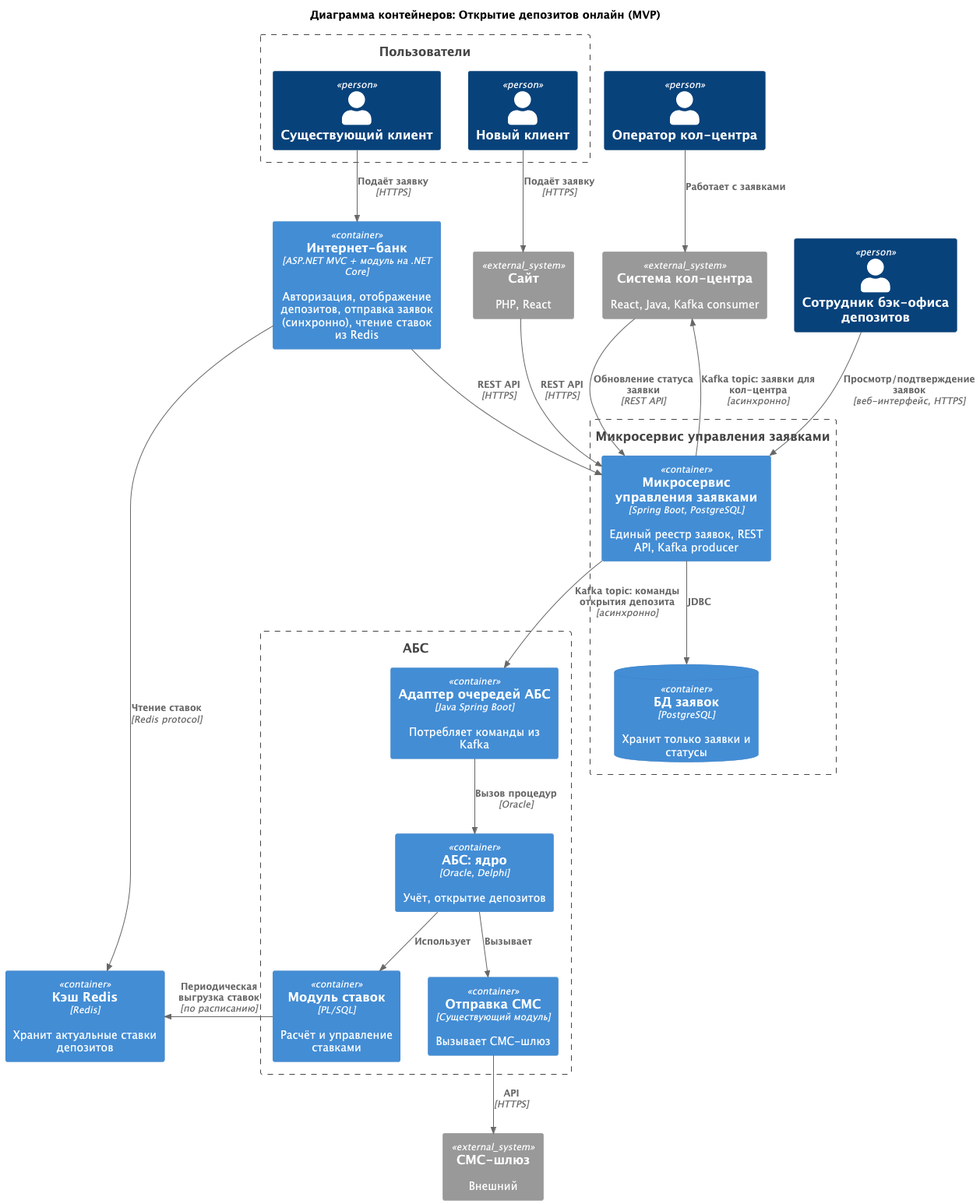
Before: Task3/c4/container_diagram_MVP.png, a diagram exported from PlantUML (afakhrieva/architecture-pro-standart). Source of this version:
```plantuml
@startuml
title Диаграмма контейнеров: Открытие депозитов онлайн (MVP)

top to bottom direction

!include <C4/C4_Context>
!include <C4/C4_Container>

Boundary(clients, "Пользователи") {
    Person(new_client, "Новый клиент")
    Person(existing_client, "Существующий клиент")
}
Person(call_operator, "Оператор кол-центра")
Person(dep_back, "Сотрудник бэк-офиса депозитов")

System_Ext(site, "Сайт", "PHP, React")
System_Ext(cc, "Система кол-центра", "React, Java, Kafka consumer")
System_Ext(sms_gateway, "СМС-шлюз", "Внешний")

Container(ib, "Интернет-банк", "ASP.NET MVC + модуль на .NET Core", "Авторизация, отображение депозитов, отправка заявок (синхронно), чтение ставок из Redis")
Container(redis, "Кэш Redis", "Redis", "Хранит актуальные ставки депозитов")

Boundary(claim_service, "Микросервис управления заявками"){
    Container(claim_ms, "Микросервис управления заявками", "Spring Boot, PostgreSQL", "Единый реестр заявок, REST API, Kafka producer")
    ContainerDb(claim_db, "БД заявок", "PostgreSQL", "Хранит только заявки и статусы")
}

Boundary(abs, "АБС") {
    Container(abs_core, "АБС: ядро", "Oracle, Delphi", "Учёт, открытие депозитов")
    Container(abs_adapter, "Адаптер очередей АБС", "Java Spring Boot", "Потребляет команды из Kafka")
    Container(abs_rates, "Модуль ставок", "PL/SQL", "Расчёт и управление ставками")
    Container(abs_sms, "Отправка СМС", "Существующий модуль", "Вызывает СМС-шлюз")
}

Rel(new_client, site, "Подаёт заявку", "HTTPS")
Rel(existing_client, ib, "Подаёт заявку", "HTTPS")
Rel(site, claim_ms, "REST API", "HTTPS")
Rel(ib, claim_ms, "REST API", "HTTPS")
Rel(ib, redis, "Чтение ставок", "Redis protocol")
Rel(claim_ms, claim_db, "JDBC")
Rel(claim_ms, cc, "Kafka topic: заявки для кол-центра", "асинхронно")
Rel(call_operator, cc, "Работает с заявками")
Rel(cc, claim_ms, "Обновление статуса заявки", "REST API")
Rel(dep_back, claim_ms, "Просмотр/подтверждение заявок", "веб-интерфейс, HTTPS")
Rel(claim_ms, abs_adapter, "Kafka topic: команды открытия депозита", "асинхронно")
Rel(abs_adapter, abs_core, "Вызов процедур", "Oracle")
Rel(abs_core, abs_rates, "Использует")
Rel_R(abs_rates, redis, "Периодическая выгрузка ставок", "по расписанию")
Rel(abs_core, abs_sms, "Вызывает")
Rel(abs_sms, sms_gateway, "API", "HTTPS")


@enduml
```
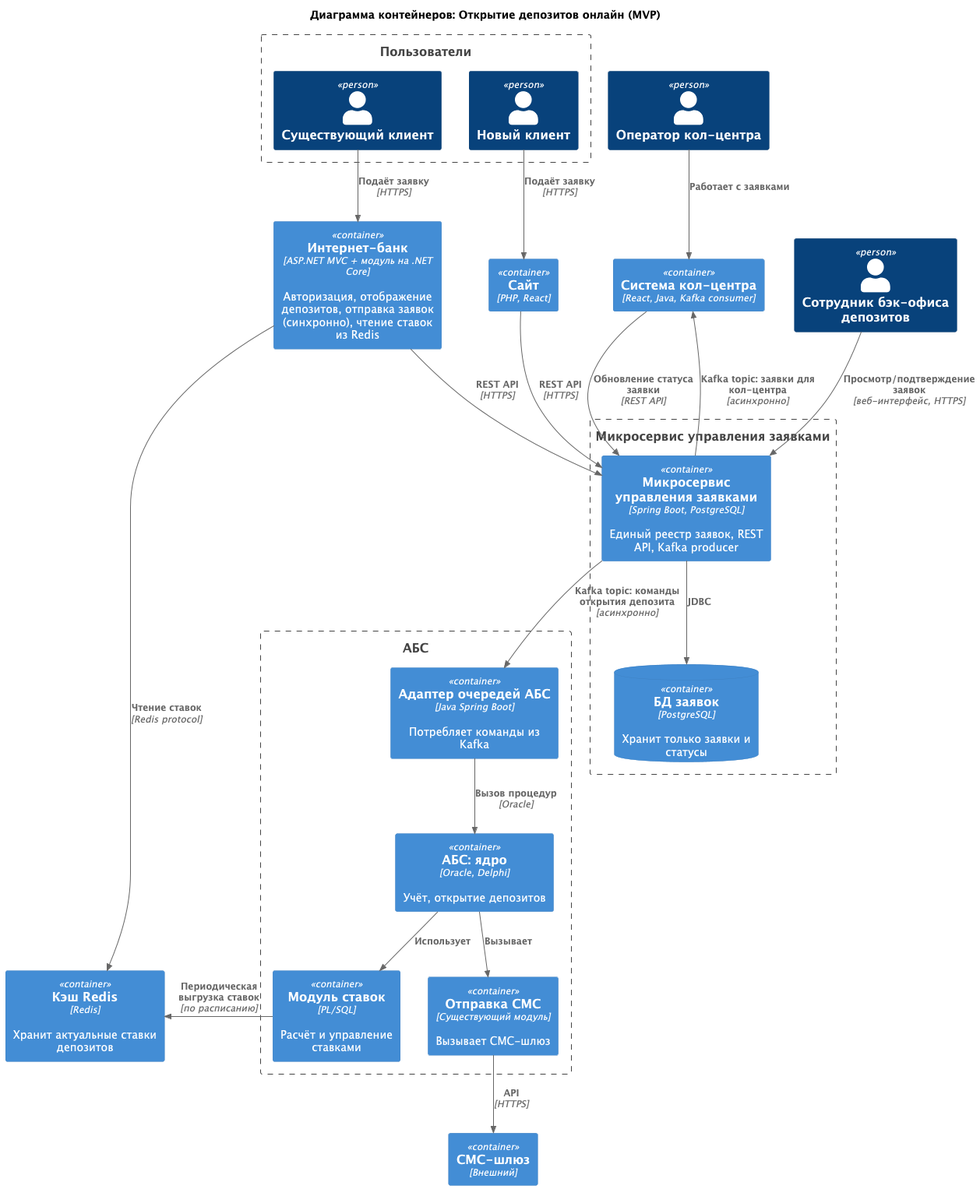
The same file after the commit.

What changed in the source:
```diff
@@ -13,9 +13,9 @@
 Person(call_operator, "Оператор кол-центра")
 Person(dep_back, "Сотрудник бэк-офиса депозитов")
 
-System_Ext(site, "Сайт", "PHP, React")
-System_Ext(cc, "Система кол-центра", "React, Java, Kafka consumer")
-System_Ext(sms_gateway, "СМС-шлюз", "Внешний")
+Container(site, "Сайт", "PHP, React")
+Container(cc, "Система кол-центра", "React, Java, Kafka consumer")
+Container(sms_gateway, "СМС-шлюз", "Внешний")
 
 Container(ib, "Интернет-банк", "ASP.NET MVC + модуль на .NET Core", "Авторизация, отображение депозитов, отправка заявок (синхронно), чтение ставок из Redis")
 Container(redis, "Кэш Redis", "Redis", "Хранит актуальные ставки депозитов")
```
